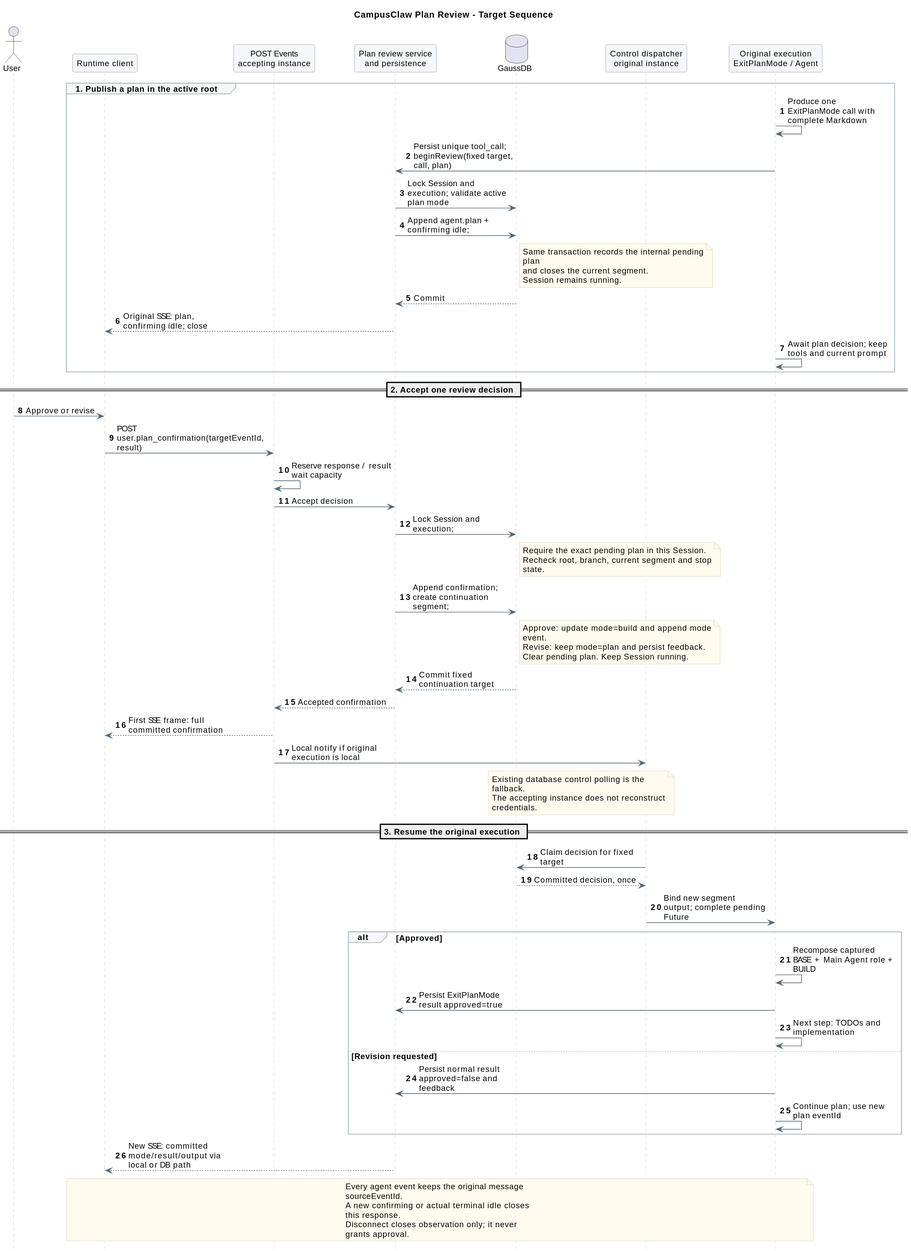
Before: 01-总体架构/06-CampusClaw计划模式/plan_mode_review_sequence.svg, a diagram exported from PlantUML (ssm0808/pi-mono-java-design). Source of this version:
```plantuml
@startuml
skinparam backgroundColor white
skinparam defaultFontName SansSerif
skinparam defaultFontSize 13
skinparam shadowing false
skinparam sequenceMessageAlign left
skinparam maxMessageSize 165
skinparam sequenceArrowColor #526777
skinparam sequenceLifeLineBorderColor #BAC4CC
skinparam sequenceParticipantBackgroundColor #F5F7FA
skinparam sequenceParticipantBorderColor #8496A4
skinparam sequenceGroupBackgroundColor #F5F7FA
skinparam sequenceGroupBorderColor #BAC4CC
skinparam noteBackgroundColor #FFFBEF
skinparam noteBorderColor #D2C6A5
hide footbox
autonumber
title CampusClaw Plan Review - Target Sequence
actor User
participant "Runtime client" as UI
participant "POST Events\naccepting instance" as API
participant "Plan review service\nand persistence" as Service
database GaussDB as DB
participant "Control dispatcher\noriginal instance" as Dispatcher
participant "Original execution\nExitPlanMode / Agent" as Agent

group 1. Publish a plan in the active root
  Agent -> Agent : Produce one ExitPlanMode call with complete Markdown
  Agent -> Service : Persist unique tool_call; beginReview(fixed target, call, plan)
  Service -> DB : Lock Session and execution; validate active plan mode
  Service -> DB : Append agent.plan + confirming idle;
  note right of DB
  Same transaction records the internal pending
  plan
  and closes the current segment.
  Session remains running.
  end note
  DB --> Service : Commit
  Service --> UI : Original SSE: plan, confirming idle; close
  Agent -> Agent : Await plan decision; keep tools and current prompt
end

== 2. Accept one review decision ==
User -> UI : Approve or revise
UI -> API : POST user.plan_confirmation(targetEventId, result)
API -> API : Reserve response / result wait capacity
API -> Service : Accept decision
Service -> DB : Lock Session and execution;
note right of DB
  Require the exact pending plan in this Session.
  Recheck root, branch, current segment and stop
  state.
end note
Service -> DB : Append confirmation; create continuation segment;
note right of DB
  Approve: update mode=build and append mode
  event.
  Revise: keep mode=plan and persist feedback.
  Clear pending plan. Keep Session running.
end note
DB --> Service : Commit fixed continuation target
Service --> API : Accepted confirmation
API --> UI : First SSE frame: full committed confirmation
API -> Dispatcher : Local notify if original execution is local
note over DB,Dispatcher
  Existing database control polling is the
  fallback.
  The accepting instance does not reconstruct
  credentials.
end note
== 3. Resume the original execution ==
Dispatcher -> DB : Claim decision for fixed target
DB --> Dispatcher : Committed decision, once
Dispatcher -> Agent : Bind new segment output; complete pending Future
alt Approved
  Agent -> Agent : Recompose captured BASE + Main Agent role + BUILD
  Agent -> Service : Persist ExitPlanMode result approved=true
  Agent -> Agent : Next step: TODOs and implementation
else Revision requested
  Agent -> Service : Persist normal result approved=false and feedback
  Agent -> Agent : Continue plan; use new plan eventId
end
Service --> UI : New SSE: committed mode/result/output via local or DB path
note over UI,Agent
  Every agent event keeps the original message
  sourceEventId.
  A new confirming or actual terminal idle closes
  this response.
  Disconnect closes observation only; it never
  grants approval.
end note
@enduml
```
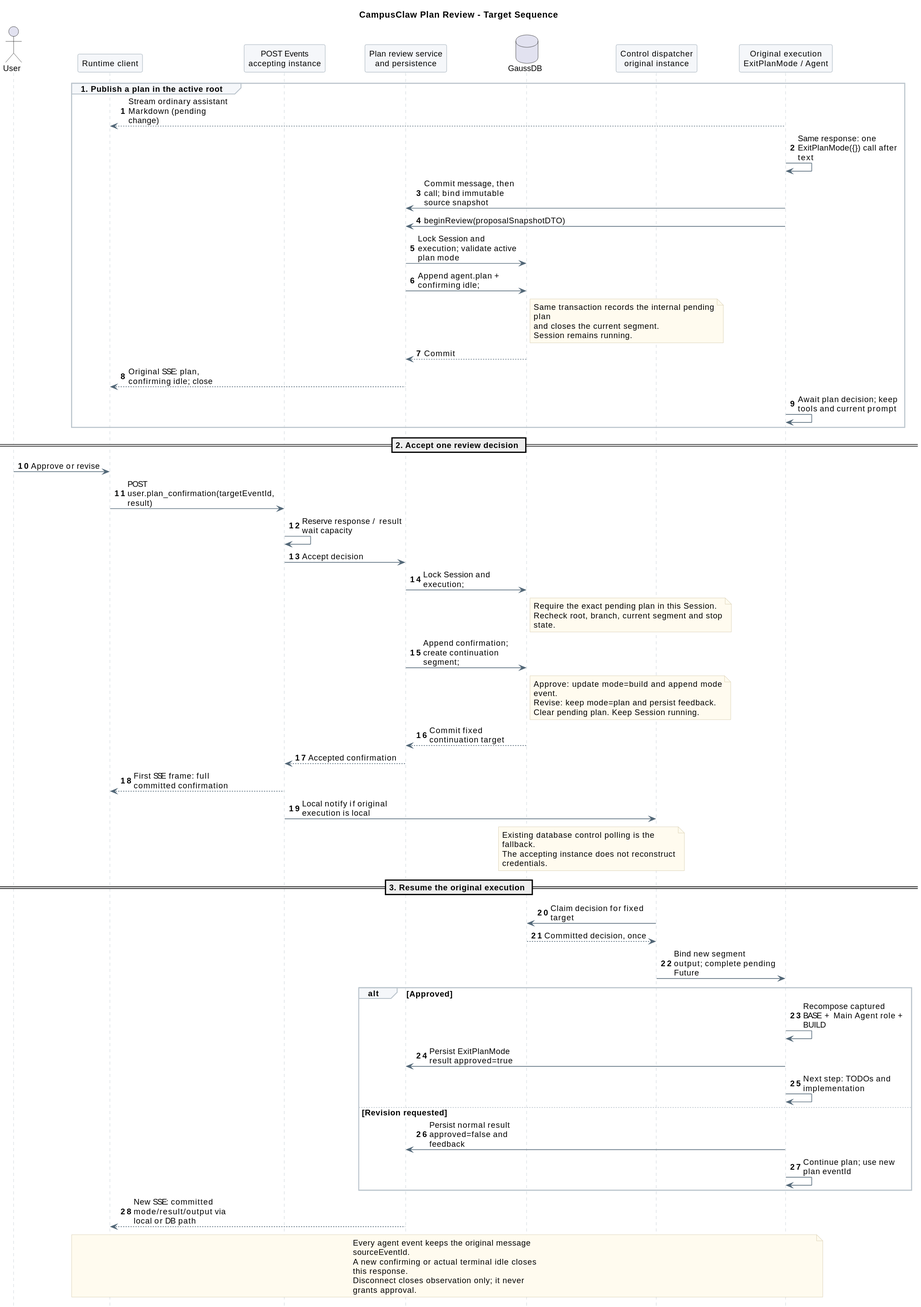
The same diagram one commit later.

Change to the diagram source:
```diff
@@ -25,8 +25,10 @@
 participant "Original execution\nExitPlanMode / Agent" as Agent
 
 group 1. Publish a plan in the active root
-  Agent -> Agent : Produce one ExitPlanMode call with complete Markdown
-  Agent -> Service : Persist unique tool_call; beginReview(fixed target, call, plan)
+  Agent --> UI : Stream ordinary assistant Markdown (pending change)
+  Agent -> Agent : Same response: one ExitPlanMode({}) call after text
+  Agent -> Service : Commit message, then call; bind immutable source snapshot
+  Agent -> Service : beginReview(proposalSnapshotDTO)
   Service -> DB : Lock Session and execution; validate active plan mode
   Service -> DB : Append agent.plan + confirming idle;
   note right of DB
```
